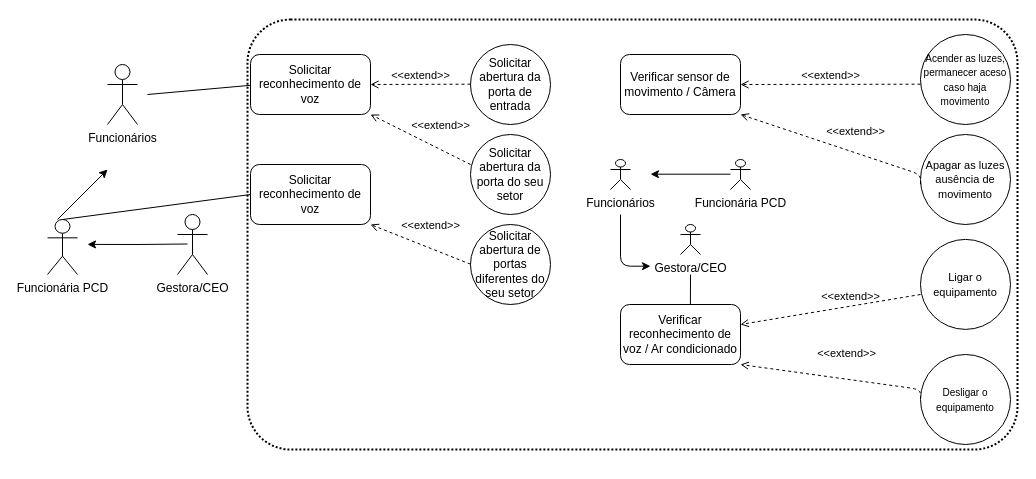
Before: Diagrama sem nome.drawio in vwvictor/study, a draw.io diagram. Source tidied: cells renumbered, new cells numbered last; positions are measured from the earlier drawing's top-left corner, leaving out a move shared by most shapes. Both pictures are drawn from the tidied source at 100%, with x=0, y=0 at pixel (47, 19).
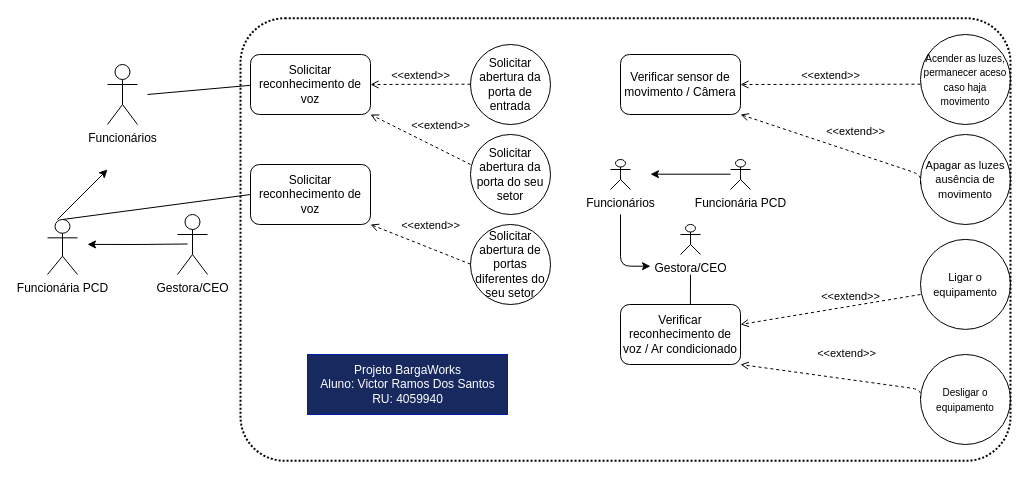
The same diagram, later.

Change to the diagram source:
```diff
@@
-    <mxCell id="33" style="rounded=1;arcSize=10;dashed=1;fillColor=none;gradientColor=none;dashPattern=1 1;strokeWidth=2;" parent="1" vertex="1">
-      <mxGeometry x="200" width="770" height="430" as="geometry" />
-    </mxCell>
+    <mxCell id="34" value="Projeto BargaWorks&lt;br&gt;Aluno: Victor Ramos Dos Santos&lt;br&gt;RU: 4059940" style="text;html=1;align=center;verticalAlign=middle;strokeColor=#001DBC;fillColor=#17295e;fontColor=#ffffff;" parent="1" vertex="1">
+      <mxGeometry x="260" y="335" width="200" height="60" as="geometry" />
+    </mxCell>
+    <mxCell id="35" style="rounded=1;arcSize=10;dashed=1;fillColor=none;gradientColor=none;dashPattern=1 1;strokeWidth=2;" parent="1" vertex="1">
+      <mxGeometry x="193" y="-1.2" width="770" height="442.5" as="geometry" />
+    </mxCell>
```
